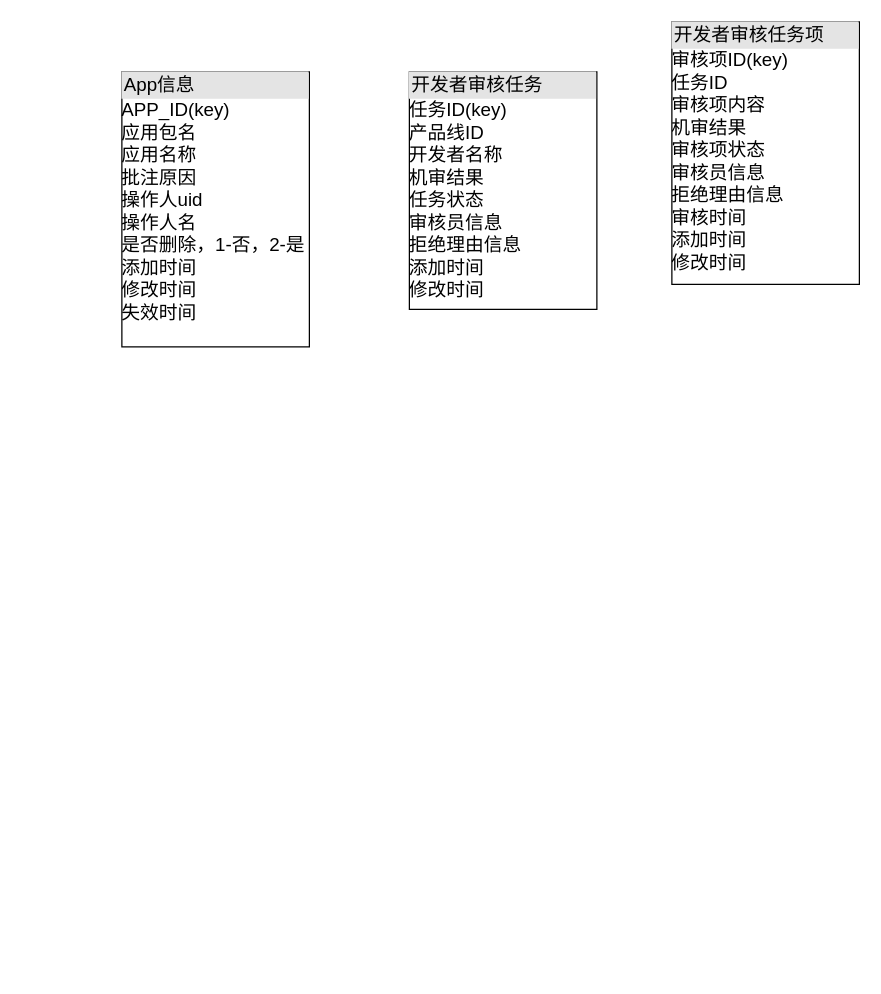
wangerg/drawl keeps this draw.io diagram as page "第 8 页" (8 of 8) of 开题报告.drawio. Above is the earlier version. Source tidied: cells renumbered, new cells numbered last; positions are measured from the earlier drawing's top-left corner, leaving out a move shared by most shapes. Both pictures are drawn from the tidied source at 125%, with x=0, y=0 at pixel (121, 21).
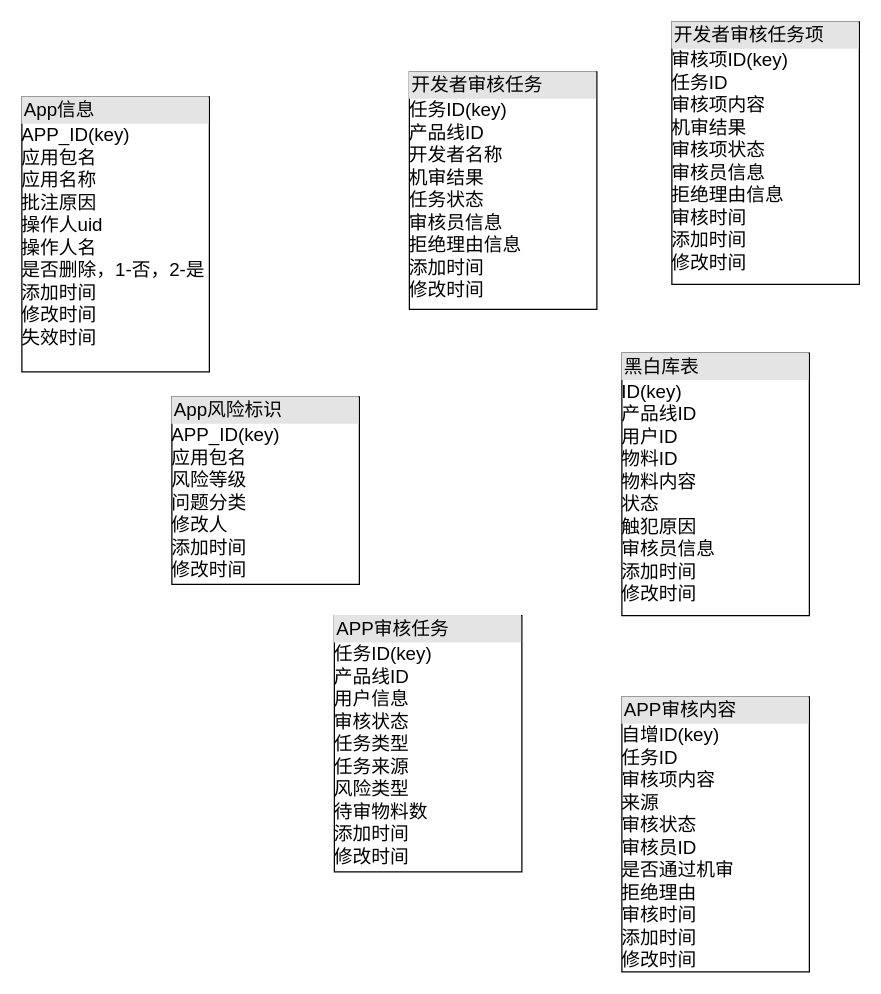
Above is the later version.

Commit message:
更新开题报告.drawio

What changed in the source:
```diff
@@
 <mxGraphModel>
   <root>
     <mxCell id="0" />
     <mxCell id="1" parent="0" />
     <mxCell id="2" value="&lt;div style=&quot;box-sizing: border-box ; width: 100% ; background: rgb(228 , 228 , 228) ; padding: 2px ; font-size: 15px&quot;&gt;&lt;font style=&quot;font-size: 15px&quot;&gt;App信息&lt;/font&gt;&lt;/div&gt;&lt;div style=&quot;font-size: 15px&quot;&gt;&lt;font style=&quot;font-size: 15px&quot;&gt;APP_ID(key)&lt;/font&gt;&lt;/div&gt;&lt;div style=&quot;font-size: 15px&quot;&gt;&lt;font style=&quot;font-size: 15px&quot;&gt;应用包名&lt;/font&gt;&lt;/div&gt;&lt;div style=&quot;font-size: 15px&quot;&gt;&lt;font style=&quot;font-size: 15px&quot;&gt;应用名称&lt;/font&gt;&lt;/div&gt;&lt;div style=&quot;font-size: 15px&quot;&gt;&lt;font style=&quot;font-size: 15px&quot;&gt;批注原因&lt;/font&gt;&lt;/div&gt;&lt;div style=&quot;font-size: 15px&quot;&gt;&lt;font style=&quot;font-size: 15px&quot;&gt;操作人uid&lt;/font&gt;&lt;/div&gt;&lt;div style=&quot;font-size: 15px&quot;&gt;&lt;font style=&quot;font-size: 15px&quot;&gt;操作人名&lt;/font&gt;&lt;/div&gt;&lt;div style=&quot;font-size: 15px&quot;&gt;&lt;font style=&quot;font-size: 15px&quot;&gt;是否删除，1-否，2-是&lt;/font&gt;&lt;/div&gt;&lt;div style=&quot;font-size: 15px&quot;&gt;&lt;font style=&quot;font-size: 15px&quot;&gt;添加时间&lt;/font&gt;&lt;/div&gt;&lt;div style=&quot;font-size: 15px&quot;&gt;&lt;font style=&quot;font-size: 15px&quot;&gt;修改时间&lt;/font&gt;&lt;/div&gt;&lt;div style=&quot;font-size: 15px&quot;&gt;&lt;font style=&quot;font-size: 15px&quot;&gt;失效时间&lt;/font&gt;&lt;/div&gt;" style="verticalAlign=top;align=left;overflow=fill;html=1;strokeColor=#000000;fillColor=#FFFFFF;" parent="1" vertex="1">
-      <mxGeometry y="40" width="150" height="220" as="geometry" />
+      <mxGeometry x="-80" y="60" width="150" height="220" as="geometry" />
     </mxCell>
     <mxCell id="3" value="&lt;div style=&quot;box-sizing: border-box ; width: 100% ; background: rgb(228 , 228 , 228) ; padding: 2px ; font-size: 15px&quot;&gt;&lt;font style=&quot;font-size: 15px&quot;&gt;开发者审核任务&lt;/font&gt;&lt;/div&gt;&lt;div style=&quot;font-size: 15px&quot;&gt;&lt;font style=&quot;font-size: 15px&quot;&gt;任务ID(key)&lt;/font&gt;&lt;/div&gt;&lt;div style=&quot;font-size: 15px&quot;&gt;产品线ID&lt;/div&gt;&lt;div style=&quot;font-size: 15px&quot;&gt;&lt;font style=&quot;font-size: 15px&quot;&gt;开发者名称&lt;/font&gt;&lt;/div&gt;&lt;div style=&quot;font-size: 15px&quot;&gt;机审结果&lt;/div&gt;&lt;div style=&quot;font-size: 15px&quot;&gt;&lt;font style=&quot;font-size: 15px&quot;&gt;任务状态&lt;/font&gt;&lt;/div&gt;&lt;div style=&quot;font-size: 15px&quot;&gt;审核员信息&lt;/div&gt;&lt;div style=&quot;font-size: 15px&quot;&gt;拒绝理由信息&lt;/div&gt;&lt;div style=&quot;font-size: 15px&quot;&gt;&lt;font style=&quot;font-size: 15px&quot;&gt;添加时间&lt;/font&gt;&lt;/div&gt;&lt;div style=&quot;font-size: 15px&quot;&gt;&lt;font style=&quot;font-size: 15px&quot;&gt;修改时间&lt;/font&gt;&lt;/div&gt;&lt;div style=&quot;font-size: 15px&quot;&gt;&lt;br&gt;&lt;/div&gt;" style="verticalAlign=top;align=left;overflow=fill;html=1;strokeColor=#000000;fillColor=#FFFFFF;" parent="1" vertex="1">
       <mxGeometry x="230" y="40" width="150" height="190" as="geometry" />
     </mxCell>
     <mxCell id="4" value="&lt;div style=&quot;box-sizing: border-box ; width: 100% ; background: rgb(228 , 228 , 228) ; padding: 2px ; font-size: 15px&quot;&gt;&lt;font style=&quot;font-size: 15px&quot;&gt;开发者审核任务项&lt;/font&gt;&lt;/div&gt;&lt;div style=&quot;font-size: 15px&quot;&gt;&lt;font style=&quot;font-size: 15px&quot;&gt;审核项ID(key)&lt;/font&gt;&lt;/div&gt;&lt;div style=&quot;font-size: 15px&quot;&gt;任务ID&lt;/div&gt;&lt;div style=&quot;font-size: 15px&quot;&gt;审核项内容&lt;/div&gt;&lt;div style=&quot;font-size: 15px&quot;&gt;机审结果&lt;/div&gt;&lt;div style=&quot;font-size: 15px&quot;&gt;&lt;font style=&quot;font-size: 15px&quot;&gt;审核项状态&lt;/font&gt;&lt;/div&gt;&lt;div style=&quot;font-size: 15px&quot;&gt;审核员信息&lt;/div&gt;&lt;div style=&quot;font-size: 15px&quot;&gt;拒绝理由信息&lt;/div&gt;&lt;div style=&quot;font-size: 15px&quot;&gt;审核时间&lt;/div&gt;&lt;div style=&quot;font-size: 15px&quot;&gt;&lt;font style=&quot;font-size: 15px&quot;&gt;添加时间&lt;/font&gt;&lt;/div&gt;&lt;div style=&quot;font-size: 15px&quot;&gt;&lt;font style=&quot;font-size: 15px&quot;&gt;修改时间&lt;/font&gt;&lt;/div&gt;&lt;div style=&quot;font-size: 15px&quot;&gt;&lt;br&gt;&lt;/div&gt;" style="verticalAlign=top;align=left;overflow=fill;html=1;strokeColor=#000000;fillColor=#FFFFFF;" parent="1" vertex="1">
       <mxGeometry x="440" width="150" height="210" as="geometry" />
     </mxCell>
+    <mxCell id="5" value="&lt;div style=&quot;box-sizing: border-box ; width: 100% ; background: rgb(228 , 228 , 228) ; padding: 2px ; font-size: 15px&quot;&gt;&lt;font style=&quot;font-size: 15px&quot;&gt;App风险标识&lt;/font&gt;&lt;/div&gt;&lt;div style=&quot;font-size: 15px&quot;&gt;&lt;font style=&quot;font-size: 15px&quot;&gt;APP_ID(key)&lt;/font&gt;&lt;/div&gt;&lt;div style=&quot;font-size: 15px&quot;&gt;&lt;font style=&quot;font-size: 15px&quot;&gt;应用包名&lt;/font&gt;&lt;/div&gt;&lt;div style=&quot;font-size: 15px&quot;&gt;风险等级&lt;/div&gt;&lt;div style=&quot;font-size: 15px&quot;&gt;问题分类&lt;/div&gt;&lt;div style=&quot;font-size: 15px&quot;&gt;修改人&lt;/div&gt;&lt;div style=&quot;font-size: 15px&quot;&gt;&lt;font style=&quot;font-size: 15px&quot;&gt;添加时间&lt;/font&gt;&lt;/div&gt;&lt;div style=&quot;font-size: 15px&quot;&gt;&lt;font style=&quot;font-size: 15px&quot;&gt;修改时间&lt;/font&gt;&lt;/div&gt;" style="verticalAlign=top;align=left;overflow=fill;html=1;strokeColor=#000000;fillColor=#FFFFFF;" parent="1" vertex="1">
+      <mxGeometry x="40" y="300" width="150" height="150" as="geometry" />
+    </mxCell>
+    <mxCell id="6" value="&lt;div style=&quot;box-sizing: border-box ; width: 100% ; background: rgb(228 , 228 , 228) ; padding: 2px ; font-size: 15px&quot;&gt;&lt;font style=&quot;font-size: 15px&quot;&gt;黑白库表&lt;/font&gt;&lt;/div&gt;&lt;div style=&quot;font-size: 15px&quot;&gt;&lt;font style=&quot;font-size: 15px&quot;&gt;ID(key)&lt;/font&gt;&lt;/div&gt;&lt;div style=&quot;font-size: 15px&quot;&gt;产品线ID&lt;/div&gt;&lt;div style=&quot;font-size: 15px&quot;&gt;&lt;font style=&quot;font-size: 15px&quot;&gt;用户ID&lt;/font&gt;&lt;/div&gt;&lt;div style=&quot;font-size: 15px&quot;&gt;物料ID&lt;/div&gt;&lt;div style=&quot;font-size: 15px&quot;&gt;&lt;font style=&quot;font-size: 15px&quot;&gt;物料内容&lt;/font&gt;&lt;/div&gt;&lt;div style=&quot;font-size: 15px&quot;&gt;&lt;font style=&quot;font-size: 15px&quot;&gt;状态&lt;/font&gt;&lt;/div&gt;&lt;div style=&quot;font-size: 15px&quot;&gt;&lt;font style=&quot;font-size: 15px&quot;&gt;触犯原因&lt;/font&gt;&lt;/div&gt;&lt;div style=&quot;font-size: 15px&quot;&gt;审核员信息&lt;/div&gt;&lt;div style=&quot;font-size: 15px&quot;&gt;&lt;font style=&quot;font-size: 15px&quot;&gt;添加时间&lt;/font&gt;&lt;/div&gt;&lt;div style=&quot;font-size: 15px&quot;&gt;&lt;font style=&quot;font-size: 15px&quot;&gt;修改时间&lt;/font&gt;&lt;/div&gt;&lt;div style=&quot;font-size: 15px&quot;&gt;&lt;br&gt;&lt;/div&gt;" style="verticalAlign=top;align=left;overflow=fill;html=1;strokeColor=#000000;fillColor=#FFFFFF;" parent="1" vertex="1">
+      <mxGeometry x="400" y="265" width="150" height="210" as="geometry" />
+    </mxCell>
+    <mxCell id="7" value="&lt;div style=&quot;box-sizing: border-box ; width: 100% ; background: rgb(228 , 228 , 228) ; padding: 2px ; font-size: 15px&quot;&gt;&lt;font style=&quot;font-size: 15px&quot;&gt;APP审核任务&lt;/font&gt;&lt;/div&gt;&lt;div style=&quot;font-size: 15px&quot;&gt;&lt;font style=&quot;font-size: 15px&quot;&gt;任务ID(key)&lt;/font&gt;&lt;/div&gt;&lt;div style=&quot;font-size: 15px&quot;&gt;产品线ID&lt;/div&gt;&lt;div style=&quot;font-size: 15px&quot;&gt;&lt;font style=&quot;font-size: 15px&quot;&gt;用户信息&lt;/font&gt;&lt;/div&gt;&lt;div style=&quot;font-size: 15px&quot;&gt;审核状态&lt;/div&gt;&lt;div style=&quot;font-size: 15px&quot;&gt;任务类型&lt;/div&gt;&lt;div style=&quot;font-size: 15px&quot;&gt;任务来源&lt;/div&gt;&lt;div style=&quot;font-size: 15px&quot;&gt;风险类型&lt;/div&gt;&lt;div style=&quot;font-size: 15px&quot;&gt;待审物料数&lt;/div&gt;&lt;div style=&quot;font-size: 15px&quot;&gt;&lt;font style=&quot;font-size: 15px&quot;&gt;添加时间&lt;/font&gt;&lt;/div&gt;&lt;div style=&quot;font-size: 15px&quot;&gt;&lt;font style=&quot;font-size: 15px&quot;&gt;修改时间&lt;/font&gt;&lt;/div&gt;&lt;div style=&quot;font-size: 15px&quot;&gt;&lt;br&gt;&lt;/div&gt;" style="verticalAlign=top;align=left;overflow=fill;html=1;strokeColor=#000000;fillColor=#FFFFFF;" parent="1" vertex="1">
+      <mxGeometry x="170" y="475" width="150" height="205" as="geometry" />
+    </mxCell>
+    <mxCell id="8" value="&lt;div style=&quot;box-sizing: border-box ; width: 100% ; background: rgb(228 , 228 , 228) ; padding: 2px ; font-size: 15px&quot;&gt;&lt;font style=&quot;font-size: 15px&quot;&gt;APP审核内容&lt;/font&gt;&lt;/div&gt;&lt;div style=&quot;font-size: 15px&quot;&gt;&lt;font style=&quot;font-size: 15px&quot;&gt;自增ID(key)&lt;/font&gt;&lt;/div&gt;&lt;div style=&quot;font-size: 15px&quot;&gt;任务ID&lt;/div&gt;&lt;div style=&quot;font-size: 15px&quot;&gt;审核项内容&lt;/div&gt;&lt;div style=&quot;font-size: 15px&quot;&gt;来源&lt;/div&gt;&lt;div style=&quot;font-size: 15px&quot;&gt;审核状态&lt;/div&gt;&lt;div style=&quot;font-size: 15px&quot;&gt;审核员ID&lt;/div&gt;&lt;div style=&quot;font-size: 15px&quot;&gt;是否通过机审&lt;/div&gt;&lt;div style=&quot;font-size: 15px&quot;&gt;拒绝理由&lt;/div&gt;&lt;div style=&quot;font-size: 15px&quot;&gt;审核时间&lt;/div&gt;&lt;div style=&quot;font-size: 15px&quot;&gt;&lt;font style=&quot;font-size: 15px&quot;&gt;添加时间&lt;/font&gt;&lt;/div&gt;&lt;div style=&quot;font-size: 15px&quot;&gt;&lt;font style=&quot;font-size: 15px&quot;&gt;修改时间&lt;/font&gt;&lt;/div&gt;&lt;div style=&quot;font-size: 15px&quot;&gt;&lt;br&gt;&lt;/div&gt;" style="verticalAlign=top;align=left;overflow=fill;html=1;strokeColor=#000000;fillColor=#FFFFFF;" parent="1" vertex="1">
+      <mxGeometry x="400" y="540" width="150" height="220" as="geometry" />
+    </mxCell>
   </root>
 </mxGraphModel>
```
